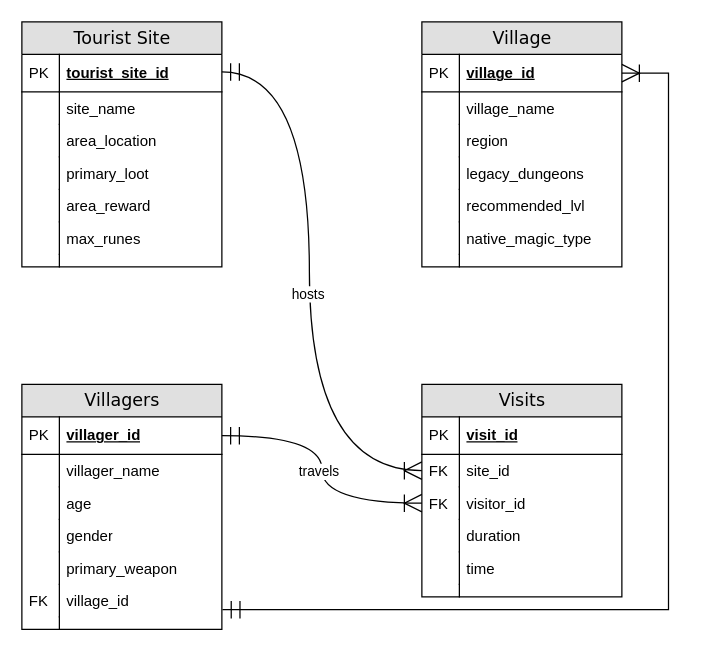
The draw.io diagram ELDEN RING ERD.drawio in patrickabrena/sql-assignment-3, before the edit. Source tidied: cells renumbered, new cells numbered last; positions are measured from the earlier drawing's top-left corner, leaving out a move shared by most shapes. Both pictures are drawn from the tidied source at 125%, with x=0, y=0 at pixel (21, 21).
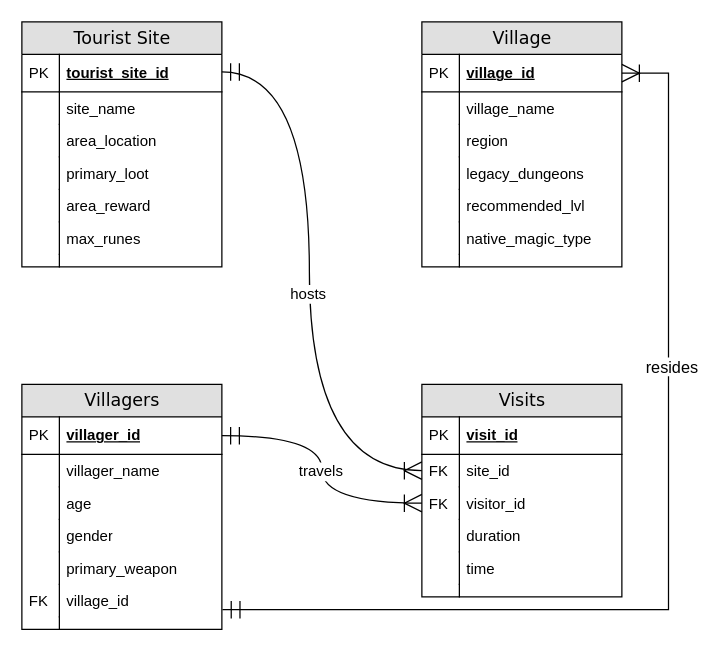
The same diagram, later.

Commit message:
added verbs to relationship lines

Unchanged cells that the change refers to:
```xml
<mxCell id="60" style="edgeStyle=orthogonalEdgeStyle;fontSize=12;html=1;endArrow=ERoneToMany;startArrow=ERmandOne;rounded=0;exitX=1;exitY=0.5;exitDx=0;exitDy=0;entryX=0;entryY=0.5;entryDx=0;entryDy=0;endSize=12;startSize=12;curved=1;" parent="1" edge="1" source="18" target="52">
  <mxGeometry relative="1" as="geometry" />
</mxCell>
<mxCell id="62" style="edgeStyle=orthogonalEdgeStyle;fontSize=12;html=1;endArrow=ERoneToMany;startArrow=ERmandOne;rounded=0;curved=1;entryX=0;entryY=0.5;entryDx=0;entryDy=0;endSize=12;startSize=12;" parent="1" edge="1" target="50">
  <mxGeometry relative="1" as="geometry">
    <mxPoint x="160" y="40" as="sourcePoint" />
    <Array as="points">
      <mxPoint x="230" y="40" />
      <mxPoint x="230" y="359" />
    </Array>
  </mxGeometry>
</mxCell>
<mxCell id="64" style="edgeStyle=elbowEdgeStyle;fontSize=12;html=1;endArrow=ERoneToMany;startArrow=ERmandOne;rounded=0;entryX=1;entryY=0.5;entryDx=0;entryDy=0;exitX=1.003;exitY=0.78;exitDx=0;exitDy=0;exitPerimeter=0;endSize=12;startSize=12;" parent="1" edge="1" source="28" target="33">
  <mxGeometry relative="1" as="geometry">
    <Array as="points">
      <mxPoint x="517.3" y="260" />
    </Array>
  </mxGeometry>
</mxCell>
```

Change to the diagram source:
```diff
@@
-    <mxCell id="61" value="&lt;font style=&quot;font-size: 11px;&quot;&gt;travels&lt;/font&gt;" style="edgeLabel;html=1;align=left;verticalAlign=middle;labelBackgroundColor=default;" parent="60" vertex="1">
+    <mxCell id="61" value="&lt;font style=&quot;font-size: 12px;&quot;&gt;travels&lt;/font&gt;" style="edgeLabel;html=1;align=left;verticalAlign=middle;labelBackgroundColor=default;" parent="60" vertex="1">
       <mxGeometry x="-0.07" y="-4" relative="1" as="geometry">
         <mxPoint x="-16" y="8" as="offset" />
       </mxGeometry>
     </mxCell>
@@
-    <mxCell id="63" value="hosts" style="edgeLabel;html=1;align=center;verticalAlign=middle;" parent="62" vertex="1">
+    <mxCell id="63" value="&lt;font style=&quot;font-size: 12px;&quot;&gt;hosts&lt;/font&gt;" style="edgeLabel;html=1;align=center;verticalAlign=middle;" parent="62" vertex="1">
       <mxGeometry x="0.03" y="-2" relative="1" as="geometry" />
     </mxCell>
@@
+    <mxCell id="65" value="&lt;font style=&quot;font-size: 13px;&quot;&gt;resides&lt;/font&gt;" style="edgeLabel;html=1;align=center;verticalAlign=middle;" parent="64" vertex="1">
+      <mxGeometry x="0.34" y="-2" relative="1" as="geometry" />
+    </mxCell>
```
